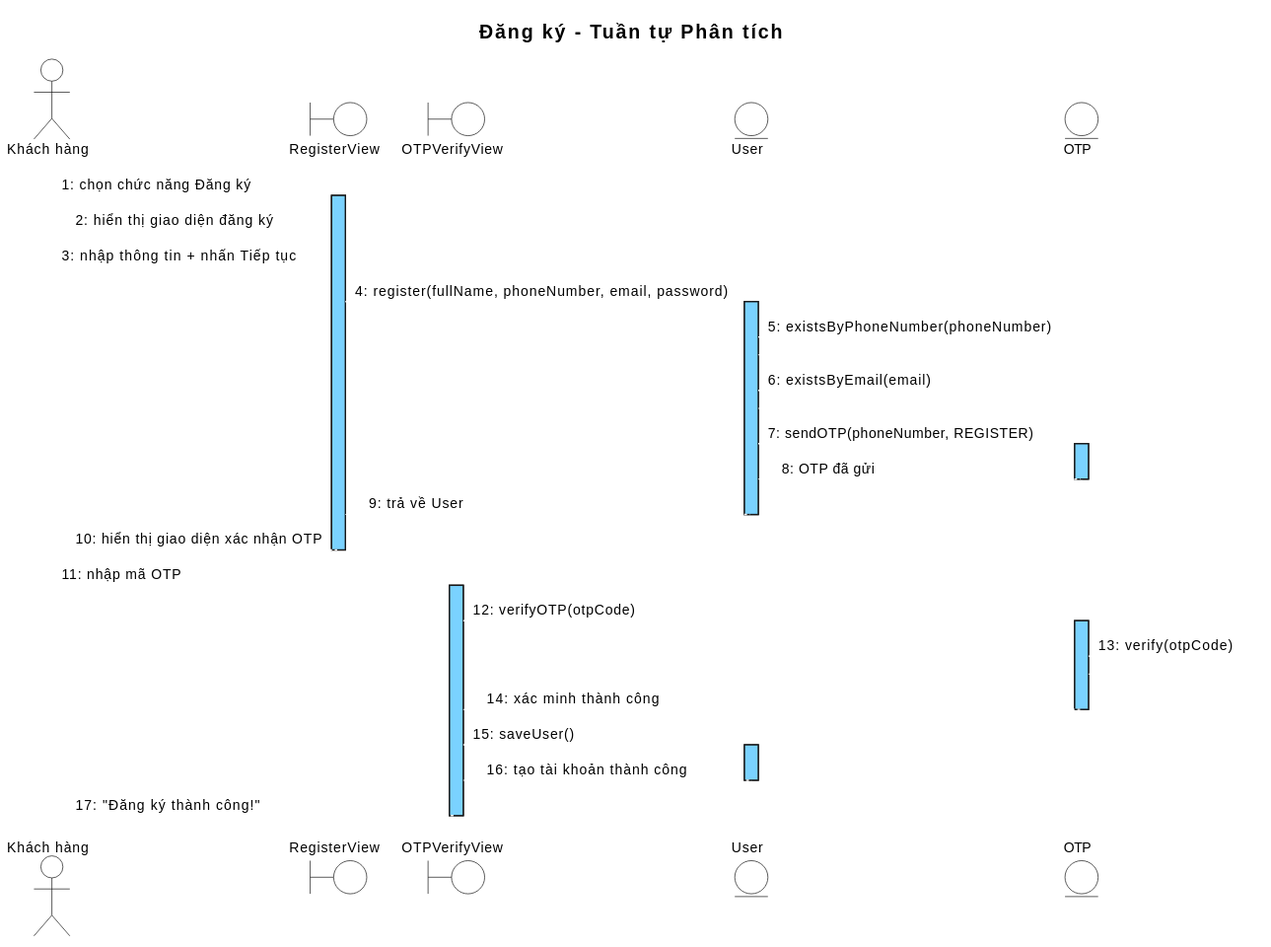
Before: output/diagrams/account_seq_register_analysis.svg, a diagram exported from PlantUML (thanhtrnnn/cnpm).
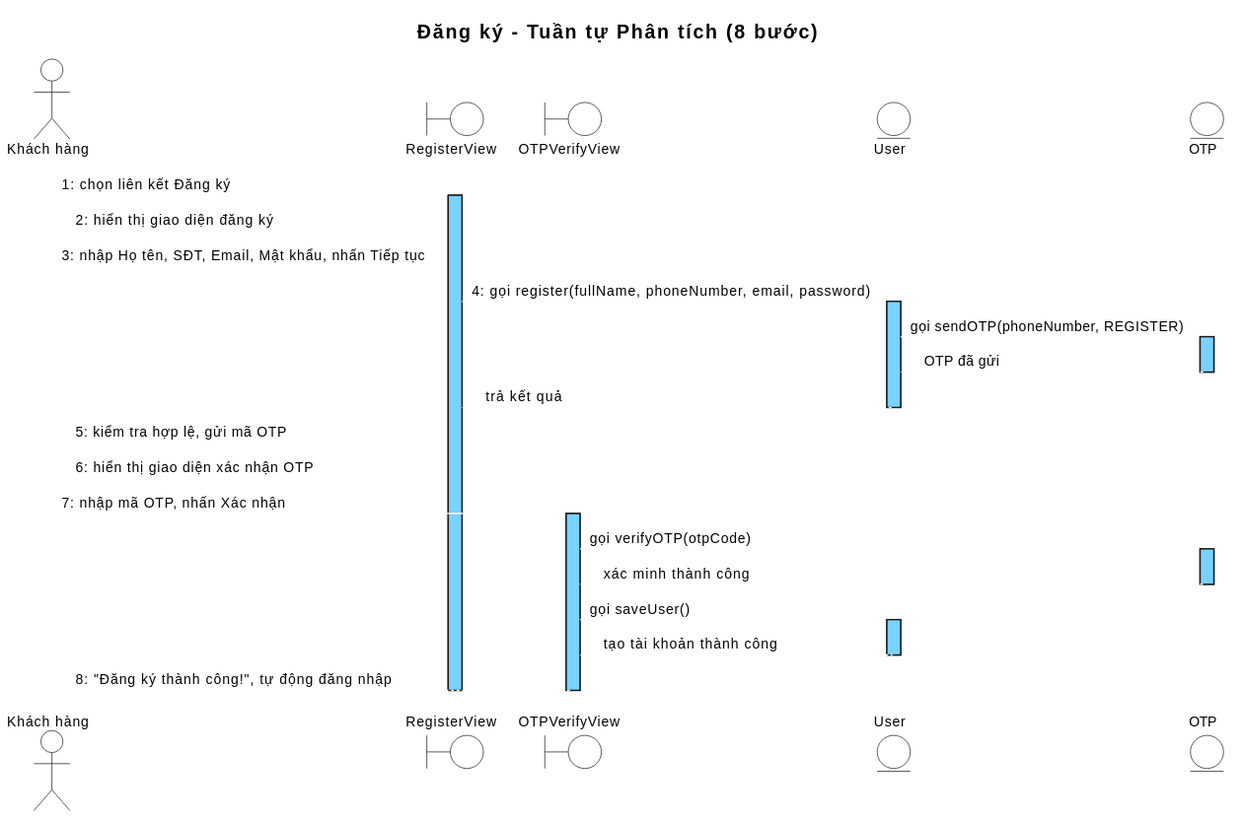
Later version of the same file.

What changed in the source:
```diff
@@ -20,42 +20,39 @@
   arrow { LineColor #000000 LineThickness 1 FontSize 10 }
 }
 </style>
-title Đăng ký - Tuần tự Phân tích
+title Đăng ký - Tuần tự Phân tích (8 bước)
 
-actor "Khách hàng" as KH
+actor "Khách hàng" as Actor
 boundary RegisterView as B1
 boundary OTPVerifyView as B2
 entity User as E1
 entity OTP as E2
 
-KH -> B1 : 1: chọn chức năng Đăng ký
+Actor -> B1 : 1: chọn liên kết Đăng ký
 activate B1
-B1 --> KH : 2: hiển thị giao diện đăng ký
-KH -> B1 : 3: nhập thông tin + nhấn Tiếp tục
-B1 -> E1 : 4: register(fullName, phoneNumber, email, password)
+B1 --> Actor : 2: hiển thị giao diện đăng ký
+Actor -> B1 : 3: nhập Họ tên, SĐT, Email, Mật khẩu, nhấn Tiếp tục
+B1 -> E1 : 4: gọi register(fullName, phoneNumber, email, password)
 activate E1
-E1 -> E1 : 5: existsByPhoneNumber(phoneNumber)
-E1 -> E1 : 6: existsByEmail(email)
-E1 -> E2 : 7: sendOTP(phoneNumber, REGISTER)
+E1 -> E2 : gọi sendOTP(phoneNumber, REGISTER)
 activate E2
-E2 --> E1 : 8: OTP đã gửi
+E2 --> E1 : OTP đã gửi
 deactivate E2
-E1 --> B1 : 9: trả về User
+E1 --> B1 : trả kết quả
 deactivate E1
-B1 --> KH : 10: hiển thị giao diện xác nhận OTP
+B1 --> Actor : 5: kiểm tra hợp lệ, gửi mã OTP
+B1 --> Actor : 6: hiển thị giao diện xác nhận OTP
+Actor -> B2 : 7: nhập mã OTP, nhấn Xác nhận
+activate B2
+B2 -> E2 : gọi verifyOTP(otpCode)
+activate E2
+E2 --> B2 : xác minh thành công
+deactivate E2
+B2 -> E1 : gọi saveUser()
+activate E1
+E1 --> B2 : tạo tài khoản thành công
+deactivate E1
+B2 --> Actor : 8: "Đăng ký thành công!", tự động đăng nhập
+deactivate B2
 deactivate B1
-
-KH -> B2 : 11: nhập mã OTP
-activate B2
-B2 -> E2 : 12: verifyOTP(otpCode)
-activate E2
-E2 -> E2 : 13: verify(otpCode)
-E2 --> B2 : 14: xác minh thành công
-deactivate E2
-B2 -> E1 : 15: saveUser()
-activate E1
-E1 --> B2 : 16: tạo tài khoản thành công
-deactivate E1
-B2 --> KH : 17: "Đăng ký thành công!"
-deactivate B2
 @enduml
```
